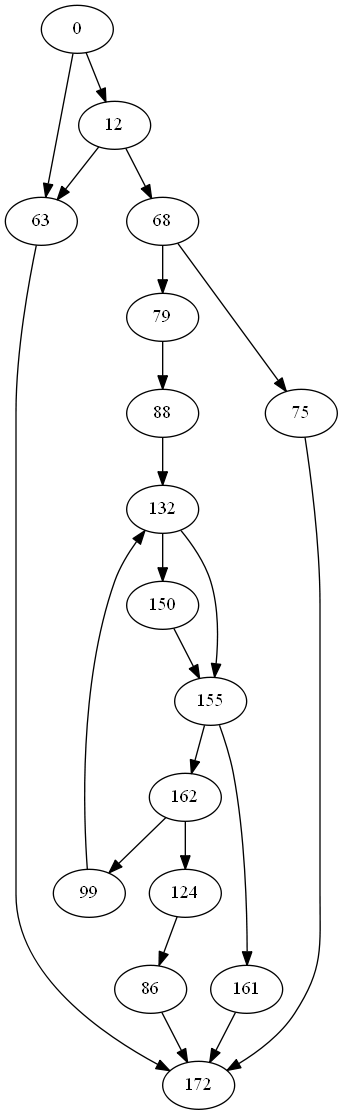
This is iEvmOpt/Cfg/CfgOutput/test_graph.png from Michael-LiangAnze/iEvmOpt, a Graphviz export, as it was before one commit. Its source is kept beside it as iEvmOpt/Cfg/CfgOutput/test_graph.gv. Source of this version:
```dot
digraph {
	0 [label=0]
	12 [label=12]
	63 [label=63]
	68 [label=68]
	75 [label=75]
	79 [label=79]
	86 [label=86]
	88 [label=88]
	99 [label=99]
	124 [label=124]
	132 [label=132]
	150 [label=150]
	155 [label=155]
	161 [label=161]
	162 [label=162]
	172 [label=172]
	0 -> 12
	0 -> 63
	12 -> 68
	12 -> 63
	63 -> 172
	68 -> 75
	68 -> 79
	75 -> 172
	79 -> 88
	86 -> 172
	88 -> 132
	99 -> 132
	124 -> 86
	132 -> 155
	132 -> 150
	150 -> 155
	155 -> 161
	155 -> 162
	161 -> 172
	162 -> 99
	162 -> 124
}
```
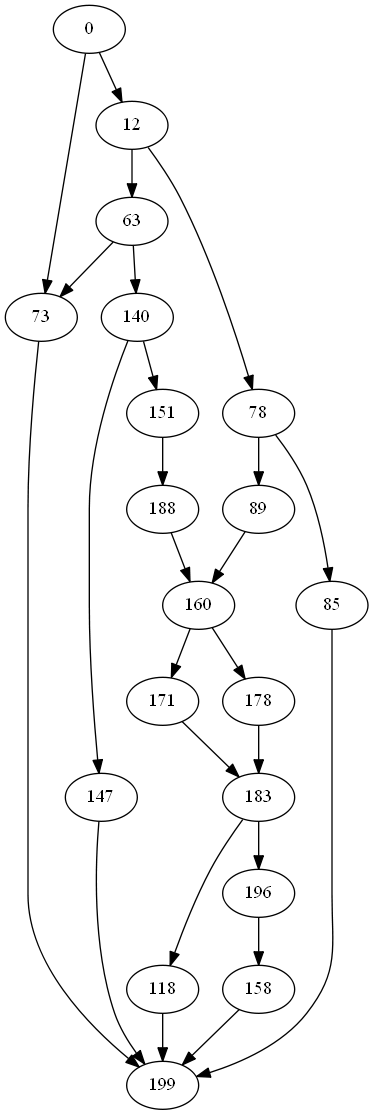
Above is the later version.

Diff of the diagram source:
```diff
@@ -2,38 +2,45 @@
 	0 [label=0]
 	12 [label=12]
 	63 [label=63]
-	68 [label=68]
-	75 [label=75]
-	79 [label=79]
-	86 [label=86]
-	88 [label=88]
-	99 [label=99]
-	124 [label=124]
-	132 [label=132]
-	150 [label=150]
-	155 [label=155]
-	161 [label=161]
-	162 [label=162]
-	172 [label=172]
+	73 [label=73]
+	78 [label=78]
+	85 [label=85]
+	89 [label=89]
+	118 [label=118]
+	140 [label=140]
+	147 [label=147]
+	151 [label=151]
+	158 [label=158]
+	160 [label=160]
+	171 [label=171]
+	178 [label=178]
+	183 [label=183]
+	188 [label=188]
+	196 [label=196]
+	199 [label=199]
+	0 -> 73
 	0 -> 12
-	0 -> 63
-	12 -> 68
+	12 -> 78
 	12 -> 63
-	63 -> 172
-	68 -> 75
-	68 -> 79
-	75 -> 172
-	79 -> 88
-	86 -> 172
-	88 -> 132
-	99 -> 132
-	124 -> 86
-	132 -> 155
-	132 -> 150
-	150 -> 155
-	155 -> 161
-	155 -> 162
-	161 -> 172
-	162 -> 99
-	162 -> 124
+	63 -> 73
+	63 -> 140
+	73 -> 199
+	78 -> 89
+	78 -> 85
+	85 -> 199
+	89 -> 160
+	118 -> 199
+	140 -> 147
+	140 -> 151
+	147 -> 199
+	151 -> 188
+	158 -> 199
+	160 -> 178
+	160 -> 171
+	171 -> 183
+	178 -> 183
+	183 -> 196
+	183 -> 118
+	188 -> 160
+	196 -> 158
 }
```
